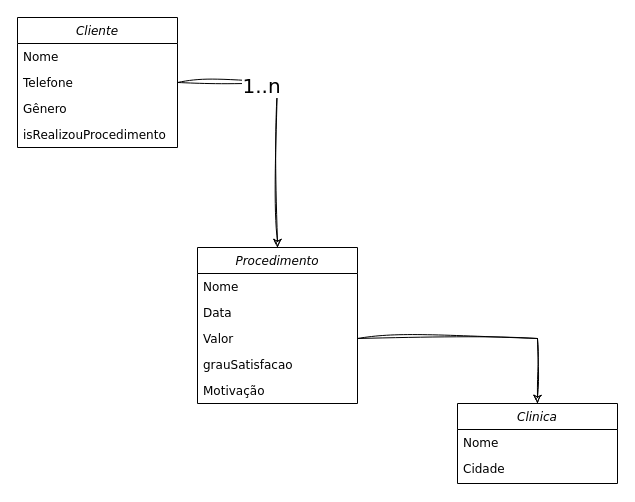
Earlier version of the draw.io diagram Diagrama.drawio (DouglasEleuterio/sakai-ng). Source tidied: cells renumbered, new cells numbered last; positions are measured from the earlier drawing's top-left corner, leaving out a move shared by most shapes. Both pictures are drawn from the tidied source at 100%, with x=0, y=0 at pixel (17, 17).
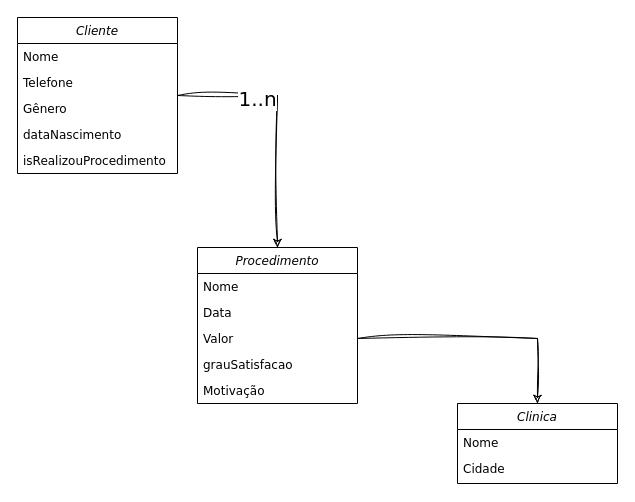
The same diagram, later.

Diff of the diagram source:
```diff
@@
 <mxGraphModel>
   <root>
     <mxCell id="0" />
     <mxCell id="1" parent="0" />
     <mxCell id="2" style="edgeStyle=orthogonalEdgeStyle;rounded=0;sketch=1;hachureGap=4;jiggle=2;curveFitting=1;jettySize=auto;html=1;entryX=0.5;entryY=0;entryDx=0;entryDy=0;fontFamily=Verdana;fontSize=16;" parent="1" edge="1" source="4" target="9">
       <mxGeometry relative="1" as="geometry" />
     </mxCell>
     <mxCell id="3" value="1..n" style="edgeLabel;html=1;align=center;verticalAlign=middle;fontSize=20;fontFamily=Verdana;" parent="2" vertex="1">
       <mxGeometry x="-0.37" y="-2" relative="1" as="geometry" />
     </mxCell>
     <mxCell id="4" value="Cliente" style="swimlane;fontStyle=2;align=center;verticalAlign=top;horizontal=1;startSize=26;rounded=0;shadow=0;strokeWidth=1;fontFamily=Verdana;" parent="1" vertex="1">
-      <mxGeometry width="160" height="130" as="geometry" />
+      <mxGeometry width="160" height="156" as="geometry" />
     </mxCell>
     <mxCell id="5" value="Nome" style="text;align=left;verticalAlign=top;spacingLeft=4;spacingRight=4;overflow=hidden;fontFamily=Verdana;" parent="4" vertex="1">
       <mxGeometry y="26" width="160" height="26" as="geometry" />
     </mxCell>
     <mxCell id="6" value="Telefone" style="text;align=left;verticalAlign=top;spacingLeft=4;spacingRight=4;overflow=hidden;rounded=0;shadow=0;html=0;fontFamily=Verdana;" parent="4" vertex="1">
       <mxGeometry y="52" width="160" height="26" as="geometry" />
     </mxCell>
     <mxCell id="7" value="Gênero" style="text;align=left;verticalAlign=top;spacingLeft=4;spacingRight=4;overflow=hidden;rounded=0;shadow=0;html=0;fontFamily=Verdana;" parent="4" vertex="1">
       <mxGeometry y="78" width="160" height="26" as="geometry" />
     </mxCell>
-    <mxCell id="8" value="isRealizouProcedimento" style="text;align=left;verticalAlign=top;spacingLeft=4;spacingRight=4;overflow=hidden;rounded=0;shadow=0;html=0;fontFamily=Verdana;" parent="4" vertex="1">
+    <mxCell id="8" value="dataNascimento" style="text;align=left;verticalAlign=top;spacingLeft=4;spacingRight=4;overflow=hidden;rounded=0;shadow=0;html=0;fontFamily=Verdana;" parent="4" vertex="1">
       <mxGeometry y="104" width="160" height="26" as="geometry" />
     </mxCell>
+    <mxCell id="19" value="isRealizouProcedimento" style="text;align=left;verticalAlign=top;spacingLeft=4;spacingRight=4;overflow=hidden;rounded=0;shadow=0;html=0;fontFamily=Verdana;" parent="4" vertex="1">
+      <mxGeometry y="130" width="160" height="26" as="geometry" />
+    </mxCell>
     <mxCell id="9" value="Procedimento" style="swimlane;fontStyle=2;align=center;verticalAlign=top;horizontal=1;startSize=26;rounded=0;shadow=0;strokeWidth=1;fontFamily=Verdana;" parent="1" vertex="1">
       <mxGeometry x="180" y="230" width="160" height="156" as="geometry" />
     </mxCell>
     <mxCell id="10" value="Nome" style="text;align=left;verticalAlign=top;spacingLeft=4;spacingRight=4;overflow=hidden;fontFamily=Verdana;" parent="9" vertex="1">
       <mxGeometry y="26" width="160" height="26" as="geometry" />
     </mxCell>
     <mxCell id="11" value="Data" style="text;align=left;verticalAlign=top;spacingLeft=4;spacingRight=4;overflow=hidden;rounded=0;shadow=0;html=0;fontFamily=Verdana;" parent="9" vertex="1">
       <mxGeometry y="52" width="160" height="26" as="geometry" />
     </mxCell>
     <mxCell id="12" value="Valor" style="text;align=left;verticalAlign=top;spacingLeft=4;spacingRight=4;overflow=hidden;points=[[0,0.5],[1,0.5]];portConstraint=eastwest;rounded=0;shadow=0;html=0;fontFamily=Verdana;" parent="9" vertex="1">
       <mxGeometry y="78" width="160" height="26" as="geometry" />
     </mxCell>
     <mxCell id="13" value="grauSatisfacao" style="text;align=left;verticalAlign=top;spacingLeft=4;spacingRight=4;overflow=hidden;rounded=0;shadow=0;html=0;fontFamily=Verdana;" parent="9" vertex="1">
       <mxGeometry y="104" width="160" height="26" as="geometry" />
     </mxCell>
     <mxCell id="14" value="Motivação" style="text;align=left;verticalAlign=top;spacingLeft=4;spacingRight=4;overflow=hidden;rounded=0;shadow=0;html=0;fontFamily=Verdana;" parent="9" vertex="1">
       <mxGeometry y="130" width="160" height="26" as="geometry" />
     </mxCell>
     <mxCell id="15" value="Clinica" style="swimlane;fontStyle=2;align=center;verticalAlign=top;horizontal=1;startSize=26;rounded=0;shadow=0;strokeWidth=1;fontFamily=Verdana;" parent="1" vertex="1">
       <mxGeometry x="440" y="386" width="160" height="80" as="geometry" />
     </mxCell>
     <mxCell id="16" value="Nome" style="text;align=left;verticalAlign=top;spacingLeft=4;spacingRight=4;overflow=hidden;fontFamily=Verdana;" parent="15" vertex="1">
       <mxGeometry y="26" width="160" height="26" as="geometry" />
     </mxCell>
     <mxCell id="17" value="Cidade" style="text;align=left;verticalAlign=top;spacingLeft=4;spacingRight=4;overflow=hidden;rounded=0;shadow=0;html=0;fontFamily=Verdana;" parent="15" vertex="1">
       <mxGeometry y="52" width="160" height="26" as="geometry" />
     </mxCell>
     <mxCell id="18" style="edgeStyle=orthogonalEdgeStyle;rounded=0;sketch=1;hachureGap=4;jiggle=2;curveFitting=1;jettySize=auto;html=1;entryX=0.5;entryY=0;entryDx=0;entryDy=0;fontFamily=Verdana;fontSize=16;" parent="1" edge="1" source="12" target="15">
       <mxGeometry relative="1" as="geometry" />
     </mxCell>
   </root>
 </mxGraphModel>
```
